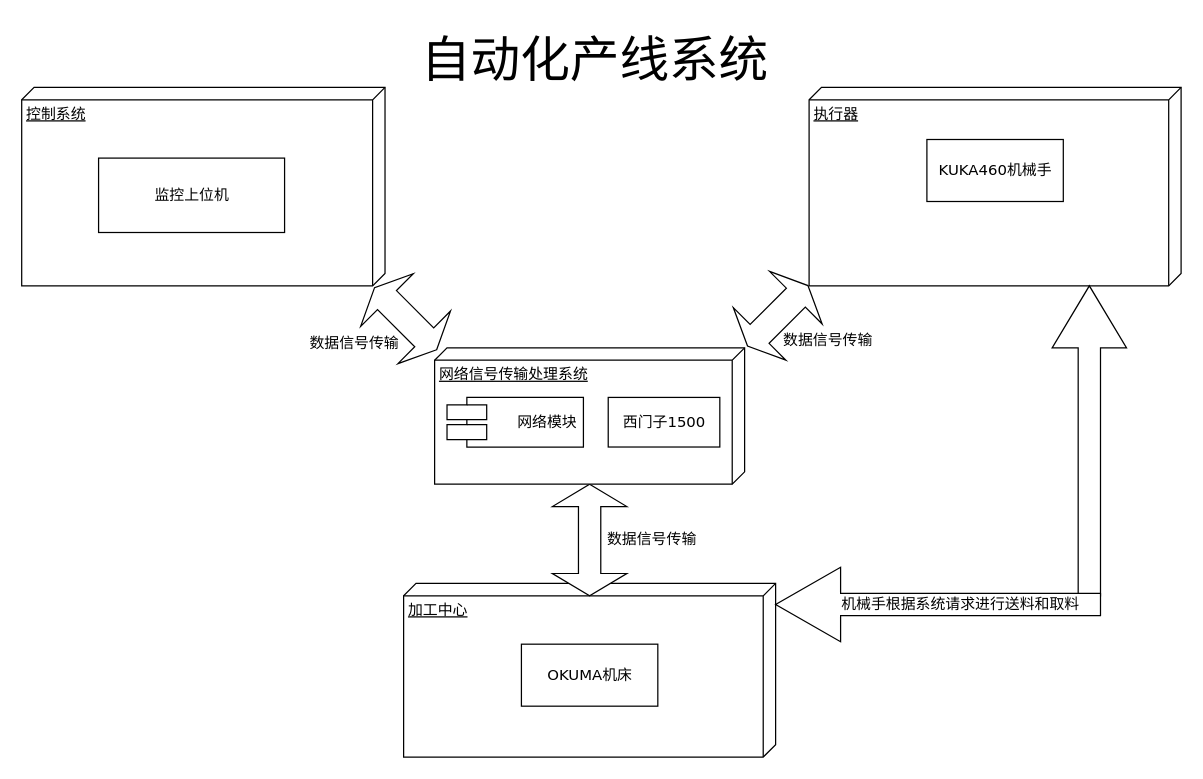
Before: drawio/KUKA460.drawio in oceanxm/DrawIO, a draw.io diagram. Source tidied: cells renumbered, new cells numbered last; positions are measured from the earlier drawing's top-left corner, leaving out a move shared by most shapes. Both pictures are drawn from the tidied source at 124%, with x=0, y=0 at pixel (21, 21).
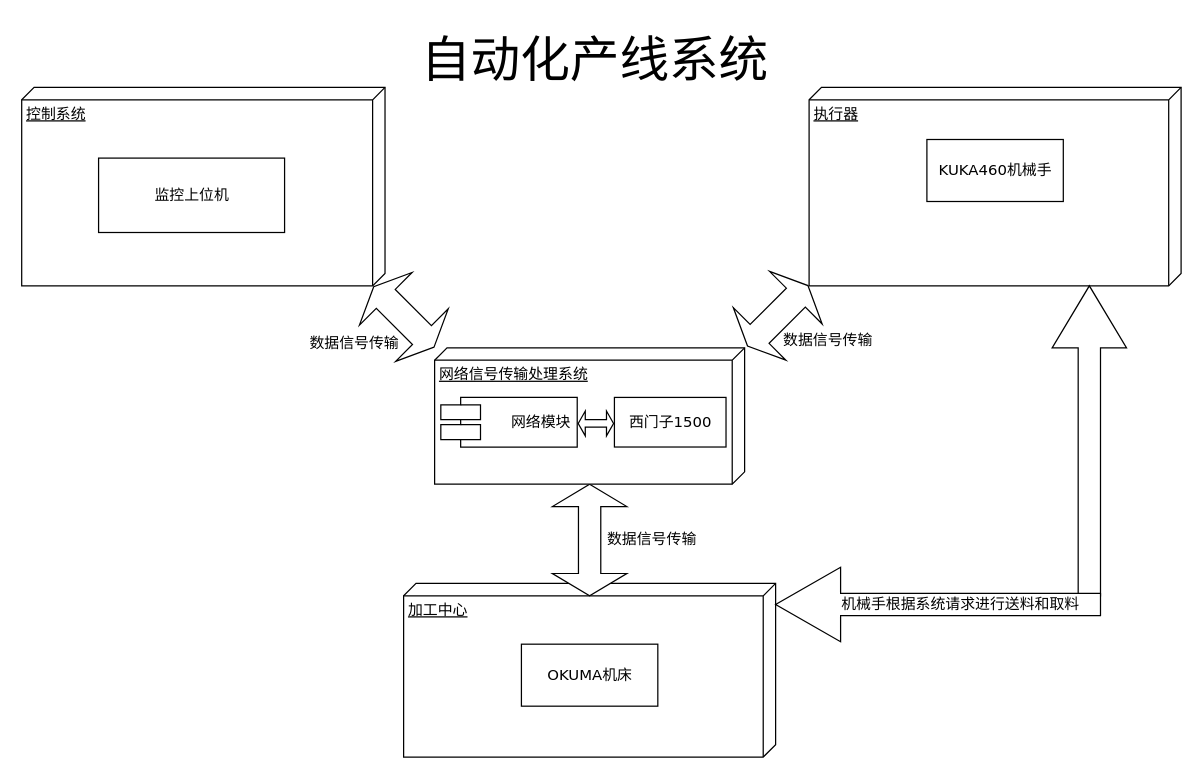
The same diagram, later.

Diff of the diagram source:
```diff
@@
     <mxCell id="7" style="shape=doubleArrow;direction=south;whiteSpace=wrap;html=1;arrowWidth=0.36000162760416665;arrowSize=0.19999969482421875;rotation=-225;" parent="1" vertex="1">
-      <mxGeometry x="279.6" y="204.1" width="60" height="70.8" as="geometry" />
+      <mxGeometry x="278.2" y="203.7" width="60" height="68.8" as="geometry" />
     </mxCell>
@@
     <mxCell id="11" value="&amp;nbsp; &amp;nbsp; &amp;nbsp;网络模块" style="shape=component;align=left;spacingLeft=36;rounded=0;shadow=0;comic=0;labelBackgroundColor=none;strokeWidth=1;fontFamily=Verdana;fontSize=12;html=1;" parent="1" vertex="1">
-      <mxGeometry x="343" y="303" width="110" height="40" as="geometry" />
+      <mxGeometry x="338" y="303" width="110" height="40" as="geometry" />
     </mxCell>
     <mxCell id="12" value="西门子1500" style="html=1;rounded=0;shadow=0;comic=0;labelBackgroundColor=none;strokeWidth=1;fontFamily=Verdana;fontSize=12;align=center;" parent="1" vertex="1">
-      <mxGeometry x="473" y="303" width="90" height="40" as="geometry" />
+      <mxGeometry x="478" y="303" width="90" height="40" as="geometry" />
     </mxCell>
@@
+    <mxCell id="20" style="shape=doubleArrow;whiteSpace=wrap;html=1;" parent="1" vertex="1">
+      <mxGeometry x="448.8" y="314" width="28.5" height="20" as="geometry" />
+    </mxCell>
```
